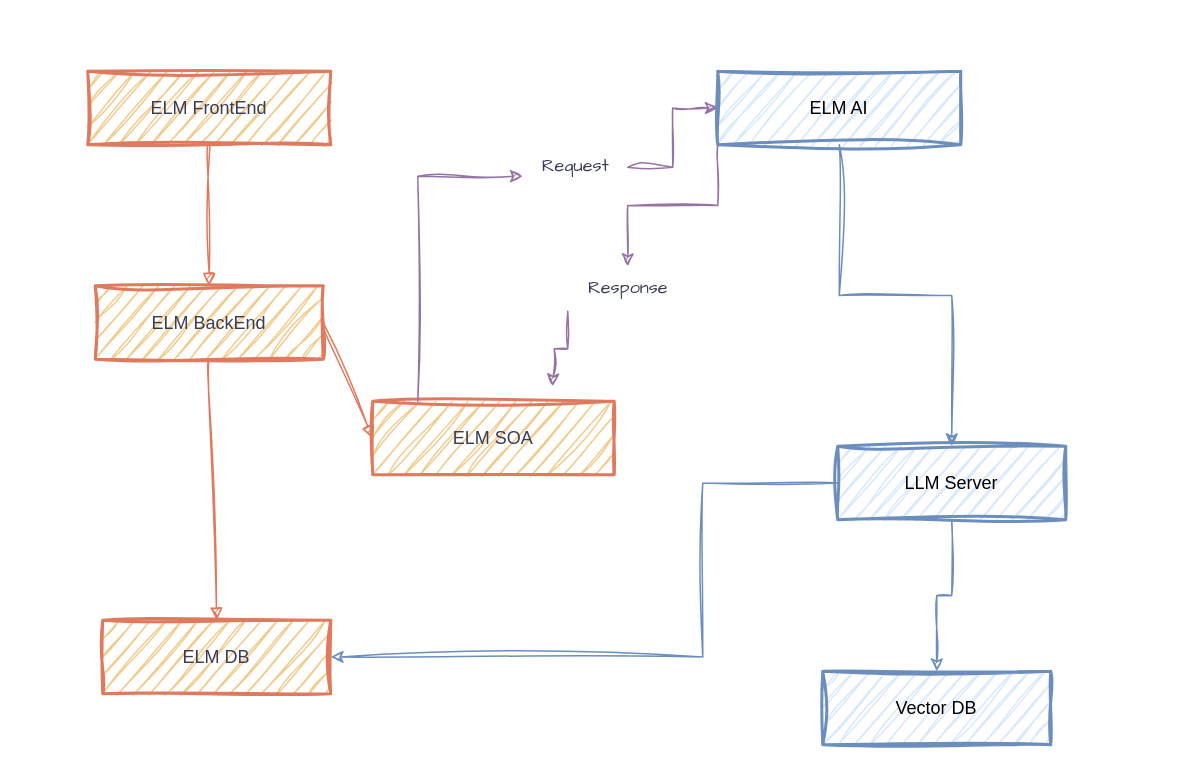
The draw.io diagram 제목 없는 다이어그램.drawio in jidasung/draw.io, before the edit. Source tidied: cells renumbered, new cells numbered last; positions are measured from the earlier drawing's top-left corner, leaving out a move shared by most shapes. Both pictures are drawn from the tidied source at 150%, with x=0, y=0 at pixel (87, 70).
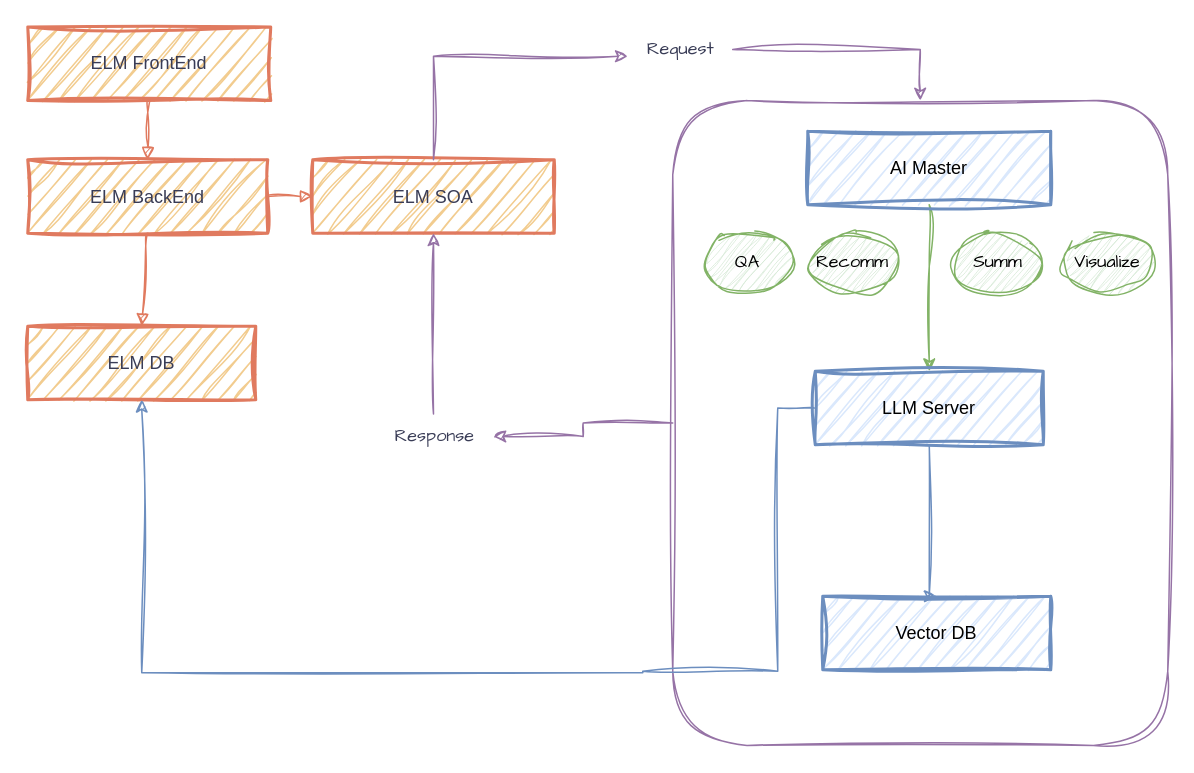
The same page after the edit.

Commit message:
ELM AI.drawio 업데이트

The edit, as a diff of the source:
```diff
@@
+    <mxCell id="21" style="rounded=1;whiteSpace=wrap;html=1;sketch=1;hachureGap=4;jiggle=2;curveFitting=1;strokeColor=#9673a6;fontFamily=Architects Daughter;fillColor=none;" parent="1" vertex="1">
+      <mxGeometry x="390" y="19.5" width="330" height="430" as="geometry" />
+    </mxCell>
-    <mxCell id="2" style="edgeStyle=orthogonalEdgeStyle;rounded=0;sketch=1;hachureGap=4;jiggle=2;curveFitting=1;jettySize=auto;html=1;exitX=1;exitY=0.5;exitDx=0;exitDy=0;strokeColor=#9673a6;fontFamily=Architects Daughter;fontColor=#393C56;fillColor=#e1d5e7;" parent="1" edge="1" source="18" target="12">
+    <mxCell id="2" style="edgeStyle=orthogonalEdgeStyle;rounded=0;sketch=1;hachureGap=4;jiggle=2;curveFitting=1;jettySize=auto;html=1;exitX=1;exitY=0.5;exitDx=0;exitDy=0;strokeColor=#9673a6;fontFamily=Architects Daughter;fontColor=#393C56;fillColor=#e1d5e7;entryX=0.5;entryY=0;entryDx=0;entryDy=0;" parent="1" edge="1" source="18" target="21">
       <mxGeometry relative="1" as="geometry" />
     </mxCell>
     <mxCell id="3" value="ELM FrontEnd" style="whiteSpace=wrap;strokeWidth=2;labelBackgroundColor=none;fillColor=#F2CC8F;strokeColor=#E07A5F;fontColor=#393C56;sketch=1;curveFitting=1;jiggle=2;" parent="1" vertex="1">
-      <mxGeometry width="162" height="49" as="geometry" />
+      <mxGeometry x="-40" y="-29.5" width="162" height="49" as="geometry" />
     </mxCell>
     <mxCell id="4" value="ELM SOA" style="whiteSpace=wrap;strokeWidth=2;labelBackgroundColor=none;fillColor=#F2CC8F;strokeColor=#E07A5F;fontColor=#393C56;sketch=1;curveFitting=1;jiggle=2;" parent="1" vertex="1">
-      <mxGeometry x="190" y="220" width="161" height="49" as="geometry" />
+      <mxGeometry x="150" y="59" width="161" height="49" as="geometry" />
     </mxCell>
     <mxCell id="5" value="ELM DB" style="whiteSpace=wrap;strokeWidth=2;labelBackgroundColor=none;fillColor=#F2CC8F;strokeColor=#E07A5F;fontColor=#393C56;sketch=1;curveFitting=1;jiggle=2;" parent="1" vertex="1">
-      <mxGeometry x="10" y="366" width="152" height="49" as="geometry" />
+      <mxGeometry x="-40" y="170" width="152" height="49" as="geometry" />
     </mxCell>
     <mxCell id="6" value="ELM BackEnd" style="whiteSpace=wrap;strokeWidth=2;labelBackgroundColor=none;fillColor=#F2CC8F;strokeColor=#E07A5F;fontColor=#393C56;sketch=1;curveFitting=1;jiggle=2;" parent="1" vertex="1">
-      <mxGeometry x="5" y="143" width="152" height="49" as="geometry" />
+      <mxGeometry x="-40" y="59" width="160" height="49" as="geometry" />
     </mxCell>
@@
-    <mxCell id="10" style="edgeStyle=orthogonalEdgeStyle;rounded=0;sketch=1;hachureGap=4;jiggle=2;curveFitting=1;jettySize=auto;html=1;exitX=0.5;exitY=1;exitDx=0;exitDy=0;entryX=0.5;entryY=0;entryDx=0;entryDy=0;strokeColor=#6c8ebf;fontFamily=Architects Daughter;fontColor=#393C56;fillColor=#dae8fc;" parent="1" edge="1" source="12" target="15">
-      <mxGeometry relative="1" as="geometry" />
+    <mxCell id="10" style="edgeStyle=orthogonalEdgeStyle;rounded=0;sketch=1;hachureGap=4;jiggle=2;curveFitting=1;jettySize=auto;html=1;exitX=0.5;exitY=1;exitDx=0;exitDy=0;entryX=0.5;entryY=0;entryDx=0;entryDy=0;strokeColor=#82b366;fontFamily=Architects Daughter;fontColor=#393C56;fillColor=#d5e8d4;" parent="1" edge="1" source="12" target="15">
+      <mxGeometry relative="1" as="geometry">
+        <Array as="points">
+          <mxPoint x="561" y="130" />
+          <mxPoint x="561" y="130" />
+        </Array>
+      </mxGeometry>
     </mxCell>
-    <mxCell id="11" style="edgeStyle=orthogonalEdgeStyle;rounded=0;sketch=1;hachureGap=4;jiggle=2;curveFitting=1;jettySize=auto;html=1;exitX=0;exitY=1;exitDx=0;exitDy=0;strokeColor=#9673a6;fontFamily=Architects Daughter;fontColor=#393C56;fillColor=#e1d5e7;" parent="1" edge="1" source="20">
-      <mxGeometry relative="1" as="geometry">
-        <mxPoint x="310" y="210" as="targetPoint" />
-        <Array as="points">
-          <mxPoint x="320" y="185" />
-          <mxPoint x="311" y="185" />
-        </Array>
-      </mxGeometry>
-    </mxCell>
-    <mxCell id="12" value="ELM AI" style="whiteSpace=wrap;strokeWidth=2;labelBackgroundColor=none;fillColor=#dae8fc;strokeColor=#6c8ebf;sketch=1;curveFitting=1;jiggle=2;" parent="1" vertex="1">
-      <mxGeometry x="420" width="162" height="49" as="geometry" />
+    <mxCell id="12" value="AI Master" style="whiteSpace=wrap;strokeWidth=2;labelBackgroundColor=none;fillColor=#dae8fc;strokeColor=#6c8ebf;sketch=1;curveFitting=1;jiggle=2;" parent="1" vertex="1">
+      <mxGeometry x="480" y="40" width="162" height="49" as="geometry" />
     </mxCell>
-    <mxCell id="13" style="edgeStyle=orthogonalEdgeStyle;rounded=0;sketch=1;hachureGap=4;jiggle=2;curveFitting=1;jettySize=auto;html=1;exitX=0;exitY=0.5;exitDx=0;exitDy=0;entryX=1;entryY=0.5;entryDx=0;entryDy=0;strokeColor=#6c8ebf;fontFamily=Architects Daughter;fontColor=#393C56;fillColor=#dae8fc;" parent="1" edge="1" source="15" target="5">
+    <mxCell id="13" style="edgeStyle=orthogonalEdgeStyle;rounded=0;sketch=1;hachureGap=4;jiggle=2;curveFitting=1;jettySize=auto;html=1;exitX=0;exitY=0.5;exitDx=0;exitDy=0;entryX=0.5;entryY=1;entryDx=0;entryDy=0;strokeColor=#6c8ebf;fontFamily=Architects Daughter;fontColor=#393C56;fillColor=#dae8fc;" parent="1" edge="1" source="15" target="5">
       <mxGeometry relative="1" as="geometry">
         <Array as="points">
-          <mxPoint x="410" y="275" />
-          <mxPoint x="410" y="391" />
+          <mxPoint x="460" y="225" />
+          <mxPoint x="460" y="400" />
+          <mxPoint x="370" y="400" />
+          <mxPoint x="370" y="401" />
+          <mxPoint x="36" y="401" />
         </Array>
       </mxGeometry>
     </mxCell>
     <mxCell id="14" style="edgeStyle=orthogonalEdgeStyle;rounded=0;sketch=1;hachureGap=4;jiggle=2;curveFitting=1;jettySize=auto;html=1;exitX=0.5;exitY=1;exitDx=0;exitDy=0;entryX=0.5;entryY=0;entryDx=0;entryDy=0;strokeColor=#6c8ebf;fontFamily=Architects Daughter;fontColor=#393C56;fillColor=#dae8fc;" parent="1" edge="1" source="15" target="16">
-      <mxGeometry relative="1" as="geometry" />
+      <mxGeometry relative="1" as="geometry">
+        <Array as="points">
+          <mxPoint x="561" y="350" />
+        </Array>
+      </mxGeometry>
     </mxCell>
     <mxCell id="15" value="LLM Server" style="whiteSpace=wrap;strokeWidth=2;labelBackgroundColor=none;fillColor=#dae8fc;strokeColor=#6c8ebf;sketch=1;curveFitting=1;jiggle=2;" parent="1" vertex="1">
-      <mxGeometry x="500" y="250" width="152" height="49" as="geometry" />
+      <mxGeometry x="485" y="200" width="152" height="49" as="geometry" />
     </mxCell>
     <mxCell id="16" value="Vector DB" style="whiteSpace=wrap;strokeWidth=2;labelBackgroundColor=none;fillColor=#dae8fc;strokeColor=#6c8ebf;sketch=1;curveFitting=1;jiggle=2;" parent="1" vertex="1">
-      <mxGeometry x="490" y="400" width="152" height="49" as="geometry" />
+      <mxGeometry x="490" y="350" width="152" height="49" as="geometry" />
     </mxCell>
-    <mxCell id="17" style="edgeStyle=orthogonalEdgeStyle;rounded=0;sketch=1;hachureGap=4;jiggle=2;curveFitting=1;jettySize=auto;html=1;strokeColor=#9673a6;fontFamily=Architects Daughter;fontColor=#393C56;fillColor=#e1d5e7;" parent="1" edge="1" target="18">
+    <mxCell id="17" style="edgeStyle=orthogonalEdgeStyle;rounded=0;sketch=1;hachureGap=4;jiggle=2;curveFitting=1;jettySize=auto;html=1;strokeColor=#9673a6;fontFamily=Architects Daughter;fontColor=#393C56;fillColor=#e1d5e7;exitX=0.5;exitY=0;exitDx=0;exitDy=0;" parent="1" edge="1" source="4" target="18">
       <mxGeometry relative="1" as="geometry">
-        <mxPoint x="220" y="220" as="sourcePoint" />
         <Array as="points">
-          <mxPoint x="220" y="220" />
-          <mxPoint x="220" y="70" />
+          <mxPoint x="230" y="-10" />
         </Array>
       </mxGeometry>
     </mxCell>
     <mxCell id="18" value="Request" style="text;html=1;align=center;verticalAlign=middle;points=[];strokeColor=none;fillColor=none;fontFamily=Architects Daughter;fontColor=#393C56;" parent="1" vertex="1">
-      <mxGeometry x="290" y="49" width="70" height="30" as="geometry" />
+      <mxGeometry x="360" y="-29.5" width="70" height="30" as="geometry" />
     </mxCell>
-    <mxCell id="19" style="edgeStyle=orthogonalEdgeStyle;rounded=0;sketch=1;hachureGap=4;jiggle=2;curveFitting=1;jettySize=auto;html=1;exitX=0;exitY=1;exitDx=0;exitDy=0;strokeColor=#9673a6;fontFamily=Architects Daughter;fontColor=#393C56;fillColor=#e1d5e7;" parent="1" edge="1" source="12" target="20">
-      <mxGeometry relative="1" as="geometry" />
-    </mxCell>
+    <mxCell id="22" style="edgeStyle=orthogonalEdgeStyle;rounded=0;sketch=1;hachureGap=4;jiggle=2;curveFitting=1;jettySize=auto;html=1;entryX=0.5;entryY=1;entryDx=0;entryDy=0;strokeColor=#9673a6;fontFamily=Architects Daughter;fontColor=#393C56;fillColor=#e1d5e7;" parent="1" edge="1" source="20" target="4">
+      <mxGeometry relative="1" as="geometry" />
+    </mxCell>
+    <mxCell id="23" style="edgeStyle=orthogonalEdgeStyle;rounded=0;sketch=1;hachureGap=4;jiggle=2;curveFitting=1;jettySize=auto;html=1;exitX=0;exitY=0.5;exitDx=0;exitDy=0;strokeColor=#9673a6;fontFamily=Architects Daughter;fontColor=#393C56;fillColor=#e1d5e7;" parent="1" edge="1" source="21" target="20">
+      <mxGeometry relative="1" as="geometry" />
+    </mxCell>
     <mxCell id="20" value="Response" style="text;html=1;align=center;verticalAlign=middle;points=[];strokeColor=none;fillColor=none;fontFamily=Architects Daughter;fontColor=#393C56;" parent="1" vertex="1">
-      <mxGeometry x="320" y="130" width="80" height="30" as="geometry" />
+      <mxGeometry x="190.5" y="228.5" width="80" height="30" as="geometry" />
     </mxCell>
+    <mxCell id="24" value="Recomm" style="ellipse;whiteSpace=wrap;html=1;sketch=1;hachureGap=4;jiggle=2;curveFitting=1;strokeColor=#82b366;fontFamily=Architects Daughter;fillColor=#d5e8d4;" parent="1" vertex="1">
+      <mxGeometry x="480" y="108" width="60" height="40" as="geometry" />
+    </mxCell>
+    <mxCell id="25" value="Summ" style="ellipse;whiteSpace=wrap;html=1;sketch=1;hachureGap=4;jiggle=2;curveFitting=1;strokeColor=#82b366;fontFamily=Architects Daughter;fillColor=#d5e8d4;" parent="1" vertex="1">
+      <mxGeometry x="577" y="108" width="60" height="40" as="geometry" />
+    </mxCell>
+    <mxCell id="26" value="QA" style="ellipse;whiteSpace=wrap;html=1;sketch=1;hachureGap=4;jiggle=2;curveFitting=1;strokeColor=#82b366;fontFamily=Architects Daughter;fillColor=#d5e8d4;" parent="1" vertex="1">
+      <mxGeometry x="410" y="108" width="60" height="40" as="geometry" />
+    </mxCell>
+    <mxCell id="27" value="Visualize" style="ellipse;whiteSpace=wrap;html=1;sketch=1;hachureGap=4;jiggle=2;curveFitting=1;strokeColor=#82b366;fontFamily=Architects Daughter;fillColor=#d5e8d4;" parent="1" vertex="1">
+      <mxGeometry x="650" y="108" width="60" height="40" as="geometry" />
+    </mxCell>
```
